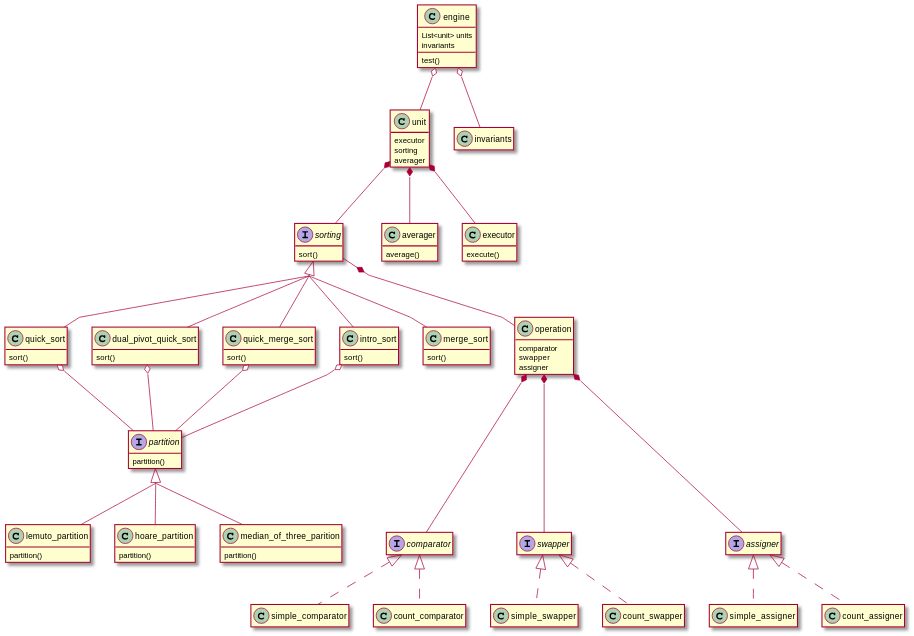
Earlier version of the PlantUML export thesis/img/uml/project-class-diagram.svg (damianbalinski/sorting). Source of this version:
```plantuml
@startuml

hide unit methods
class unit {
	executor
	sorting
	averager
}

hide invariants members
class invariants

class engine {
	List<unit> units
	invariants
	test()
}

hide sorting fields
interface sorting {
	sort()
}

hide averager fields
class averager {
	average()
}

hide executor fields
class executor {
	execute()
}

hide quick_sort fields
class quick_sort {
	sort()
}

hide dual_pivot_quick_sort fields
class dual_pivot_quick_sort {
	sort()
}

hide quick_merge_sort fields
class quick_merge_sort {
	sort()
}

hide intro_sort fields
class intro_sort {
	sort()
}

hide merge_sort fields
class merge_sort {
	sort()
}

hide partition fields
interface partition {
	partition()
}

hide lemuto_partition fields
class lemuto_partition {
	partition()
}

hide hoare_partition fields
class hoare_partition {
	partition()
}

hide median_of_three_parition fields
class median_of_three_parition {
	partition()
}

hide operation methods
class operation {
	comparator
	swapper
	assigner
}

hide comparator members
interface comparator
hide simple_comparator members
hide count_comparator members

hide swapper members
interface swapper
hide simple_swapper members
hide count_swapper members

hide assigner members
interface assigner
hide simple_assigner members
hide count_assigner members

engine o-- unit
engine o-- invariants

unit *-- averager
unit *-- executor
unit *-- sorting

skinparam groupInheritance 3
skinparam linetype polyline

sorting <|.. quick_sort
sorting <|.. dual_pivot_quick_sort
sorting <|.. quick_merge_sort
sorting <|.. intro_sort
sorting <|.. merge_sort

quick_sort o-- partition
dual_pivot_quick_sort o-- partition
quick_merge_sort o-- partition
intro_sort o-- partition

partition <|.. lemuto_partition
partition <|.. hoare_partition
partition <|.. median_of_three_parition


sorting *-- operation
operation *--- comparator
operation *--- swapper
operation *--- assigner

comparator <|.. simple_comparator
comparator <|.. count_comparator
swapper <|.. simple_swapper
swapper <|.. count_swapper
assigner <|.. simple_assigner
assigner <|.. count_assigner

@enduml
```
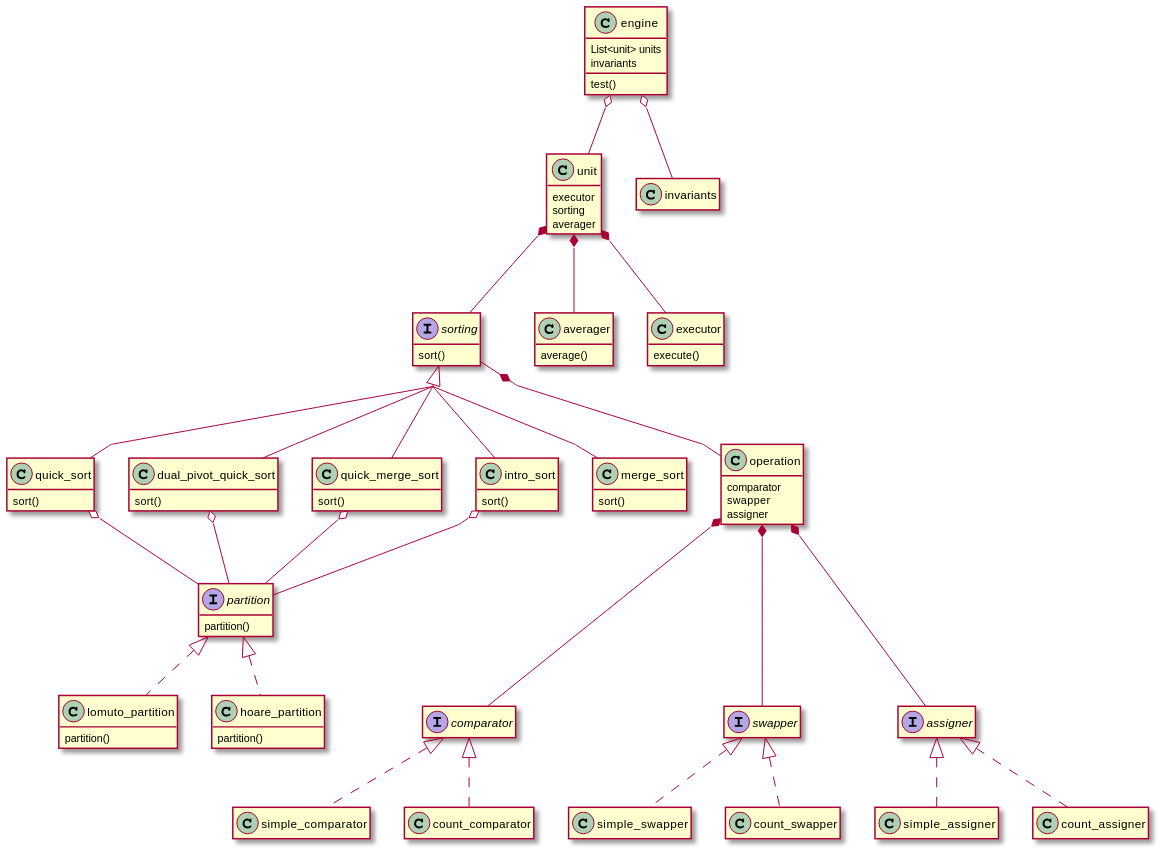
The same file after the commit.

The edit, as a diff of the source:
```diff
@@ -61,18 +61,13 @@
 	partition()
 }
 
-hide lemuto_partition fields
-class lemuto_partition {
+hide lomuto_partition fields
+class lomuto_partition {
 	partition()
 }
 
 hide hoare_partition fields
 class hoare_partition {
-	partition()
-}
-
-hide median_of_three_parition fields
-class median_of_three_parition {
 	partition()
 }
 
@@ -119,9 +114,8 @@
 quick_merge_sort o-- partition
 intro_sort o-- partition
 
-partition <|.. lemuto_partition
+partition <|.. lomuto_partition
 partition <|.. hoare_partition
-partition <|.. median_of_three_parition
 
 
 sorting *-- operation
```
